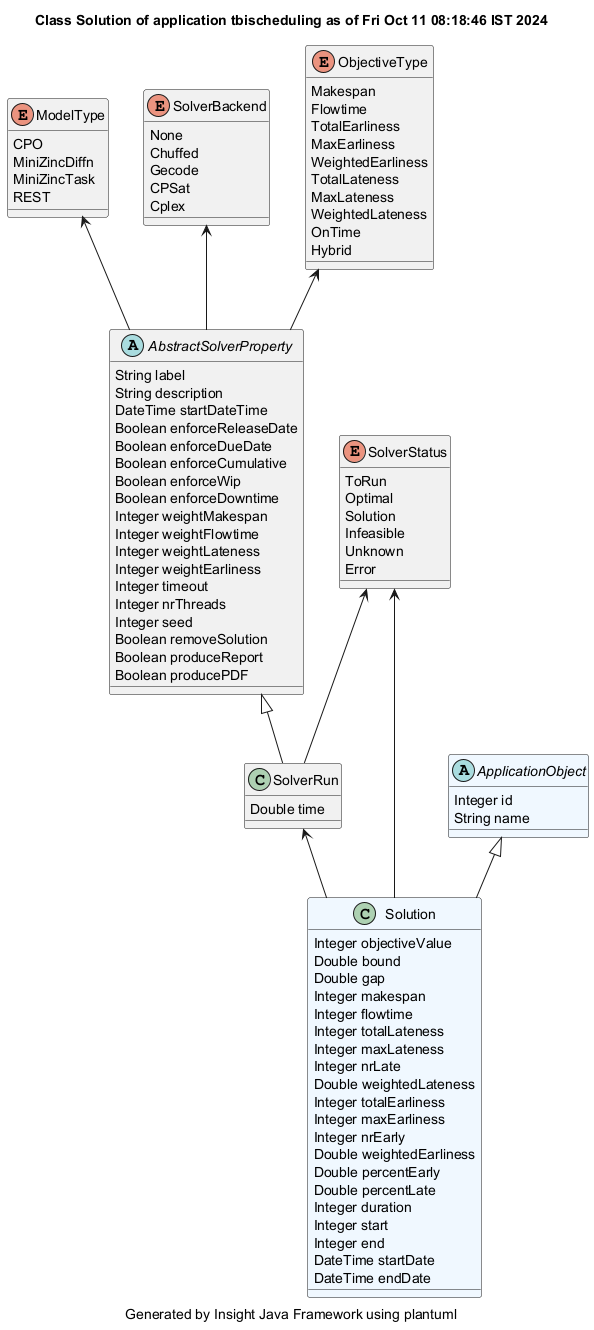
This is demonstrator/tbischeduling/site/plantuml/Solution.png from hsimonis/schedulingtraining, a PlantUML export, as it was before one commit.
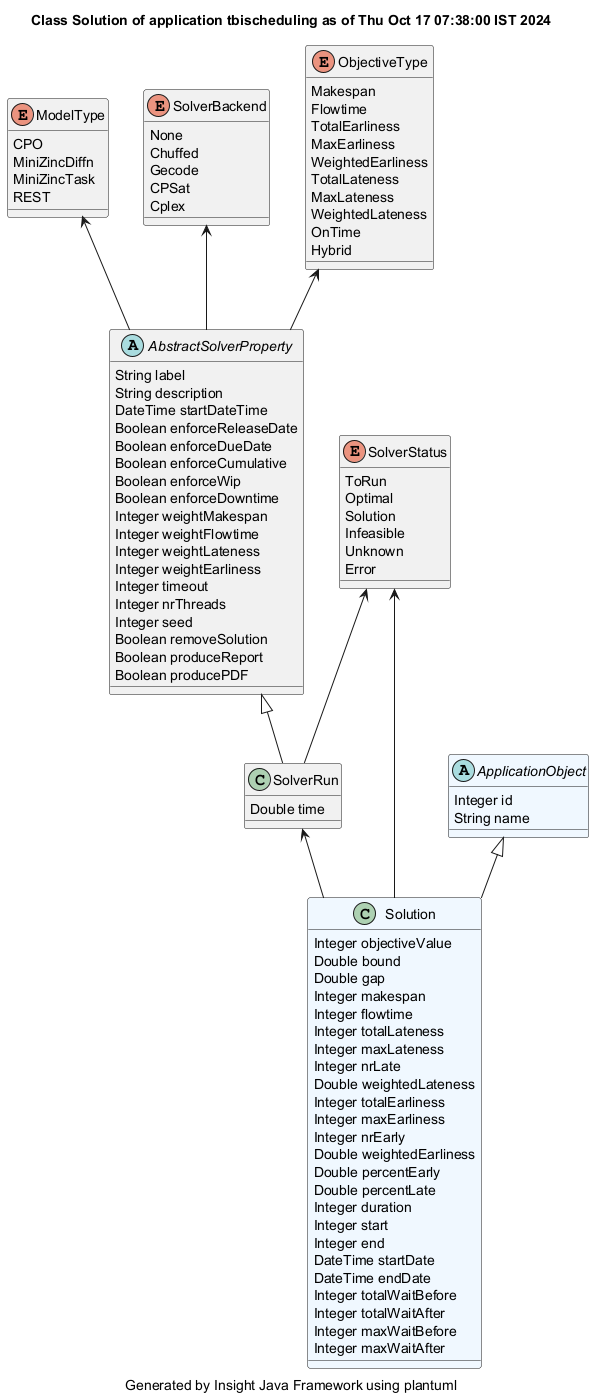
After the change.

The edit, as a diff of the source:
```diff
@@ -1,5 +1,5 @@
 @startuml
-title Class Solution of application tbischeduling as of Fri Oct 11 08:18:46 IST 2024
+title Class Solution of application tbischeduling as of Thu Oct 17 07:38:00 IST 2024
 caption Generated by Insight Java Framework using plantuml
 class Solution #aliceblue
 Solution : Integer objectiveValue
@@ -22,6 +22,10 @@
 Solution : Integer end
 Solution : DateTime startDate
 Solution : DateTime endDate
+Solution : Integer totalWaitBefore
+Solution : Integer totalWaitAfter
+Solution : Integer maxWaitBefore
+Solution : Integer maxWaitAfter
 
 SolverRun  <-- Solution
 class SolverRun
```
